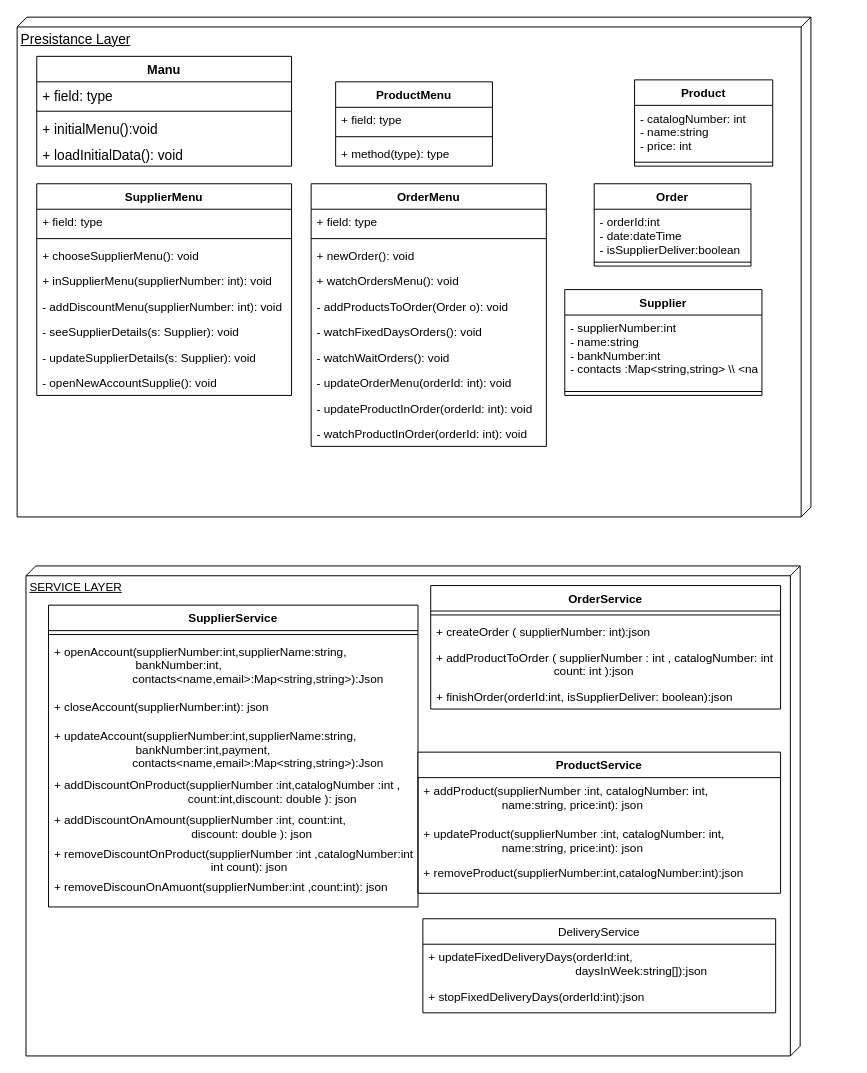
Earlier version of the draw.io diagram page "presistance-service" (2 of 4) of docs/diagram.drawio (Naveavra/Market). Source tidied: cells renumbered, new cells numbered last; positions are measured from the earlier drawing's top-left corner, leaving out a move shared by most shapes. Both pictures are drawn from the tidied source at 98%, with x=0, y=0 at pixel (17, 17).
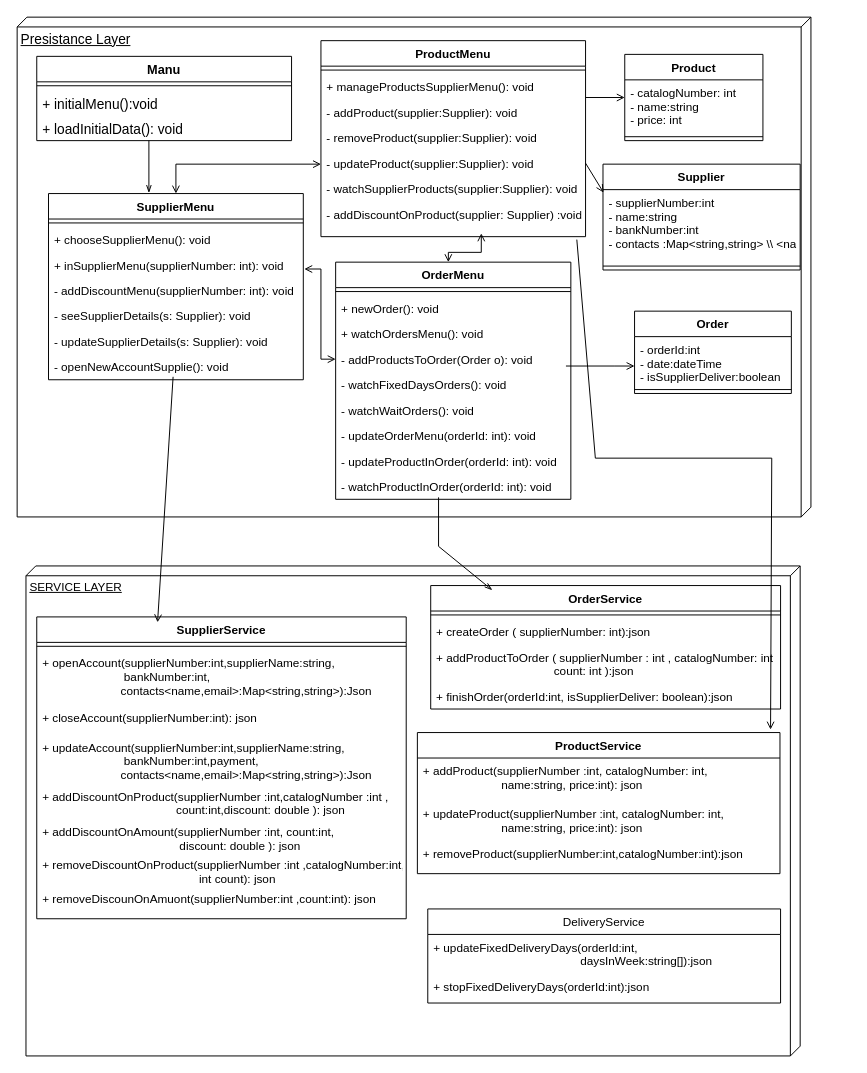
Above is the later version.

Unchanged cells that the change refers to:
```xml
<mxCell id="33" value="- supplierNumber:int&#10;- name:string&#10;- bankNumber:int&#10;- contacts :Map&lt;string,string&gt; \\ &lt;name,email&gt;" style="text;strokeColor=none;fillColor=none;align=left;verticalAlign=top;spacingLeft=4;spacingRight=4;overflow=hidden;points=[[0,0.5],[1,0.5]];portConstraint=eastwest;" parent="32" vertex="1">
  <mxGeometry y="26" width="201.2" height="74" as="geometry" />
</mxCell>
<mxCell id="55" value="OrderService" style="swimlane;fontStyle=1;align=center;verticalAlign=top;horizontal=1;startSize=26;" parent="1" vertex="1">
  <mxGeometry x="422" y="580" width="357" height="126" as="geometry" />
</mxCell>
```

What changed in the source:
```diff
@@
+    <mxCell id="63" style="edgeStyle=orthogonalEdgeStyle;rounded=0;jettySize=auto;html=1;endArrow=openThin;endFill=0;entryX=0.394;entryY=-0.003;entryDx=0;entryDy=0;entryPerimeter=0;" parent="1" edge="1" source="3" target="23">
+      <mxGeometry relative="1" as="geometry">
+        <Array as="points">
+          <mxPoint x="134" y="180" />
+          <mxPoint x="134" y="180" />
+        </Array>
+      </mxGeometry>
+    </mxCell>
     <mxCell id="3" value="Manu" style="swimlane;fontStyle=1;align=center;verticalAlign=top;horizontal=1;startSize=26;fontSize=13;" parent="1" vertex="1">
-      <mxGeometry x="20" y="40" width="260" height="112" as="geometry" />
+      <mxGeometry x="20" y="40" width="260" height="86" as="geometry" />
     </mxCell>
-    <mxCell id="4" value="+ field: type" style="text;strokeColor=none;fillColor=none;align=left;verticalAlign=top;spacingLeft=4;spacingRight=4;overflow=hidden;fontSize=14;" parent="3" vertex="1">
-      <mxGeometry y="26" width="260" height="26" as="geometry" />
-    </mxCell>
     <mxCell id="5" style="line;strokeWidth=1;fillColor=none;align=left;verticalAlign=middle;spacingTop=-1;spacingLeft=3;spacingRight=3;labelPosition=right;fontSize=14;" parent="3" vertex="1">
-      <mxGeometry y="52" width="260" height="8" as="geometry" />
+      <mxGeometry y="26" width="260" height="8" as="geometry" />
     </mxCell>
     <mxCell id="6" value="+ initialMenu():void" style="text;strokeColor=none;fillColor=none;align=left;verticalAlign=top;spacingLeft=4;spacingRight=4;overflow=hidden;fontSize=14;" parent="3" vertex="1">
-      <mxGeometry y="60" width="260" height="26" as="geometry" />
+      <mxGeometry y="34" width="260" height="26" as="geometry" />
     </mxCell>
     <mxCell id="7" value="+ loadInitialData(): void" style="text;strokeColor=none;fillColor=none;align=left;verticalAlign=top;spacingLeft=4;spacingRight=4;overflow=hidden;fontSize=14;" parent="3" vertex="1">
-      <mxGeometry y="86" width="260" height="26" as="geometry" />
+      <mxGeometry y="60" width="260" height="26" as="geometry" />
     </mxCell>
+    <mxCell id="64" style="edgeStyle=orthogonalEdgeStyle;rounded=0;jettySize=auto;html=1;endArrow=open;endFill=0;entryX=0.606;entryY=0.906;entryDx=0;entryDy=0;entryPerimeter=0;startArrow=open;startFill=0;" parent="1" edge="1" source="8" target="69">
+      <mxGeometry relative="1" as="geometry">
+        <Array as="points">
+          <mxPoint x="440" y="240" />
+          <mxPoint x="474" y="240" />
+        </Array>
+      </mxGeometry>
+    </mxCell>
     <mxCell id="8" value="OrderMenu" style="swimlane;fontStyle=1;align=center;verticalAlign=top;horizontal=1;startSize=26;" parent="1" vertex="1">
-      <mxGeometry x="300" y="170" width="240" height="268" as="geometry" />
+      <mxGeometry x="325" y="250" width="240" height="242" as="geometry" />
     </mxCell>
-    <mxCell id="9" value="+ field: type" style="text;strokeColor=none;fillColor=none;align=left;verticalAlign=top;spacingLeft=4;spacingRight=4;overflow=hidden;" parent="8" vertex="1">
-      <mxGeometry y="26" width="240" height="26" as="geometry" />
-    </mxCell>
     <mxCell id="10" style="line;strokeWidth=1;fillColor=none;align=left;verticalAlign=middle;spacingTop=-1;spacingLeft=3;spacingRight=3;labelPosition=right;" parent="8" vertex="1">
-      <mxGeometry y="52" width="240" height="8" as="geometry" />
+      <mxGeometry y="26" width="240" height="8" as="geometry" />
     </mxCell>
     <mxCell id="11" value="+ newOrder(): void" style="text;strokeColor=none;fillColor=none;align=left;verticalAlign=top;spacingLeft=4;spacingRight=4;overflow=hidden;" parent="8" vertex="1">
-      <mxGeometry y="60" width="240" height="26" as="geometry" />
+      <mxGeometry y="34" width="240" height="26" as="geometry" />
     </mxCell>
     <mxCell id="12" value="+ watchOrdersMenu(): void" style="text;strokeColor=none;fillColor=none;align=left;verticalAlign=top;spacingLeft=4;spacingRight=4;overflow=hidden;" parent="8" vertex="1">
-      <mxGeometry y="86" width="240" height="26" as="geometry" />
+      <mxGeometry y="60" width="240" height="26" as="geometry" />
     </mxCell>
     <mxCell id="13" value="- addProductsToOrder(Order o): void" style="text;strokeColor=none;fillColor=none;align=left;verticalAlign=top;spacingLeft=4;spacingRight=4;overflow=hidden;points=[[0,0.5],[1,0.5]];portConstraint=eastwest;" parent="8" vertex="1">
-      <mxGeometry y="112" width="240" height="26" as="geometry" />
+      <mxGeometry y="86" width="240" height="26" as="geometry" />
     </mxCell>
     <mxCell id="14" value="- watchFixedDaysOrders(): void" style="text;strokeColor=none;fillColor=none;align=left;verticalAlign=top;spacingLeft=4;spacingRight=4;overflow=hidden;" parent="8" vertex="1">
-      <mxGeometry y="138" width="240" height="26" as="geometry" />
+      <mxGeometry y="112" width="240" height="26" as="geometry" />
     </mxCell>
     <mxCell id="15" value="- watchWaitOrders(): void" style="text;strokeColor=none;fillColor=none;align=left;verticalAlign=top;spacingLeft=4;spacingRight=4;overflow=hidden;" parent="8" vertex="1">
-      <mxGeometry y="164" width="240" height="26" as="geometry" />
+      <mxGeometry y="138" width="240" height="26" as="geometry" />
     </mxCell>
     <mxCell id="16" value="- updateOrderMenu(orderId: int): void" style="text;strokeColor=none;fillColor=none;align=left;verticalAlign=top;spacingLeft=4;spacingRight=4;overflow=hidden;" parent="8" vertex="1">
-      <mxGeometry y="190" width="240" height="26" as="geometry" />
+      <mxGeometry y="164" width="240" height="26" as="geometry" />
     </mxCell>
     <mxCell id="17" value="- updateProductInOrder(orderId: int): void" style="text;strokeColor=none;fillColor=none;align=left;verticalAlign=top;spacingLeft=4;spacingRight=4;overflow=hidden;" parent="8" vertex="1">
-      <mxGeometry y="216" width="240" height="26" as="geometry" />
+      <mxGeometry y="190" width="240" height="26" as="geometry" />
     </mxCell>
     <mxCell id="18" value="- watchProductInOrder(orderId: int): void" style="text;strokeColor=none;fillColor=none;align=left;verticalAlign=top;spacingLeft=4;spacingRight=4;overflow=hidden;" parent="8" vertex="1">
-      <mxGeometry y="242" width="240" height="26" as="geometry" />
+      <mxGeometry y="216" width="240" height="26" as="geometry" />
     </mxCell>
     <mxCell id="19" value="ProductMenu" style="swimlane;fontStyle=1;align=center;verticalAlign=top;horizontal=1;startSize=26;" parent="1" vertex="1">
-      <mxGeometry x="325" y="66" width="160" height="86" as="geometry" />
+      <mxGeometry x="310" y="24" width="270" height="200" as="geometry" />
     </mxCell>
-    <mxCell id="20" value="+ field: type" style="text;strokeColor=none;fillColor=none;align=left;verticalAlign=top;spacingLeft=4;spacingRight=4;overflow=hidden;" parent="19" vertex="1">
-      <mxGeometry y="26" width="160" height="26" as="geometry" />
-    </mxCell>
     <mxCell id="21" style="line;strokeWidth=1;fillColor=none;align=left;verticalAlign=middle;spacingTop=-1;spacingLeft=3;spacingRight=3;labelPosition=right;" parent="19" vertex="1">
-      <mxGeometry y="52" width="160" height="8" as="geometry" />
+      <mxGeometry y="26" width="270" height="8" as="geometry" />
     </mxCell>
-    <mxCell id="22" value="+ method(type): type" style="text;strokeColor=none;fillColor=none;align=left;verticalAlign=top;spacingLeft=4;spacingRight=4;overflow=hidden;" parent="19" vertex="1">
-      <mxGeometry y="60" width="160" height="26" as="geometry" />
+    <mxCell id="22" value="+ manageProductsSupplierMenu(): void" style="text;strokeColor=none;fillColor=none;align=left;verticalAlign=top;spacingLeft=4;spacingRight=4;overflow=hidden;" parent="19" vertex="1">
+      <mxGeometry y="34" width="270" height="26" as="geometry" />
     </mxCell>
+    <mxCell id="65" value="- addProduct(supplier:Supplier): void" style="text;strokeColor=none;fillColor=none;align=left;verticalAlign=top;spacingLeft=4;spacingRight=4;overflow=hidden;" parent="19" vertex="1">
+      <mxGeometry y="60" width="270" height="26" as="geometry" />
+    </mxCell>
+    <mxCell id="66" value="- removeProduct(supplier:Supplier): void" style="text;strokeColor=none;fillColor=none;align=left;verticalAlign=top;spacingLeft=4;spacingRight=4;overflow=hidden;" parent="19" vertex="1">
+      <mxGeometry y="86" width="270" height="26" as="geometry" />
+    </mxCell>
+    <mxCell id="67" value="- updateProduct(supplier:Supplier): void" style="text;strokeColor=none;fillColor=none;align=left;verticalAlign=top;spacingLeft=4;spacingRight=4;overflow=hidden;points=[[0,0.5],[1,0.5]];portConstraint=eastwest;" parent="19" vertex="1">
+      <mxGeometry y="112" width="270" height="26" as="geometry" />
+    </mxCell>
+    <mxCell id="68" value="- watchSupplierProducts(supplier:Supplier): void" style="text;strokeColor=none;fillColor=none;align=left;verticalAlign=top;spacingLeft=4;spacingRight=4;overflow=hidden;" parent="19" vertex="1">
+      <mxGeometry y="138" width="270" height="26" as="geometry" />
+    </mxCell>
+    <mxCell id="69" value="- addDiscountOnProduct(supplier: Supplier) :void" style="text;strokeColor=none;fillColor=none;align=left;verticalAlign=top;spacingLeft=4;spacingRight=4;overflow=hidden;points=[[0,0.5],[1,0.5]];portConstraint=eastwest;" parent="19" vertex="1">
+      <mxGeometry y="164" width="270" height="36" as="geometry" />
+    </mxCell>
+    <mxCell id="70" style="edgeStyle=orthogonalEdgeStyle;rounded=0;jettySize=auto;html=1;endArrow=open;endFill=0;startArrow=open;startFill=0;" parent="1" edge="1" source="23">
+      <mxGeometry relative="1" as="geometry">
+        <mxPoint x="310" y="150" as="targetPoint" />
+        <Array as="points">
+          <mxPoint x="162" y="150" />
+        </Array>
+      </mxGeometry>
+    </mxCell>
     <mxCell id="23" value="SupplierMenu" style="swimlane;fontStyle=1;align=center;verticalAlign=top;horizontal=1;startSize=26;" parent="1" vertex="1">
-      <mxGeometry x="20" y="170" width="260" height="216" as="geometry" />
+      <mxGeometry x="32" y="180" width="260" height="190" as="geometry" />
     </mxCell>
-    <mxCell id="24" value="+ field: type" style="text;strokeColor=none;fillColor=none;align=left;verticalAlign=top;spacingLeft=4;spacingRight=4;overflow=hidden;" parent="23" vertex="1">
-      <mxGeometry y="26" width="260" height="26" as="geometry" />
-    </mxCell>
     <mxCell id="25" style="line;strokeWidth=1;fillColor=none;align=left;verticalAlign=middle;spacingTop=-1;spacingLeft=3;spacingRight=3;labelPosition=right;" parent="23" vertex="1">
-      <mxGeometry y="52" width="260" height="8" as="geometry" />
+      <mxGeometry y="26" width="260" height="8" as="geometry" />
     </mxCell>
     <mxCell id="26" value="+ chooseSupplierMenu(): void" style="text;strokeColor=none;fillColor=none;align=left;verticalAlign=top;spacingLeft=4;spacingRight=4;overflow=hidden;" parent="23" vertex="1">
-      <mxGeometry y="60" width="260" height="26" as="geometry" />
+      <mxGeometry y="34" width="260" height="26" as="geometry" />
     </mxCell>
     <mxCell id="27" value="+ inSupplierMenu(supplierNumber: int): void" style="text;strokeColor=none;fillColor=none;align=left;verticalAlign=top;spacingLeft=4;spacingRight=4;overflow=hidden;" parent="23" vertex="1">
-      <mxGeometry y="86" width="260" height="26" as="geometry" />
+      <mxGeometry y="60" width="260" height="26" as="geometry" />
     </mxCell>
     <mxCell id="28" value="- addDiscountMenu(supplierNumber: int): void" style="text;strokeColor=none;fillColor=none;align=left;verticalAlign=top;spacingLeft=4;spacingRight=4;overflow=hidden;" parent="23" vertex="1">
-      <mxGeometry y="112" width="260" height="26" as="geometry" />
+      <mxGeometry y="86" width="260" height="26" as="geometry" />
     </mxCell>
     <mxCell id="29" value="- seeSupplierDetails(s: Supplier): void" style="text;strokeColor=none;fillColor=none;align=left;verticalAlign=top;spacingLeft=4;spacingRight=4;overflow=hidden;" parent="23" vertex="1">
-      <mxGeometry y="138" width="260" height="26" as="geometry" />
+      <mxGeometry y="112" width="260" height="26" as="geometry" />
     </mxCell>
     <mxCell id="30" value="- updateSupplierDetails(s: Supplier): void" style="text;strokeColor=none;fillColor=none;align=left;verticalAlign=top;spacingLeft=4;spacingRight=4;overflow=hidden;" parent="23" vertex="1">
-      <mxGeometry y="164" width="260" height="26" as="geometry" />
+      <mxGeometry y="138" width="260" height="26" as="geometry" />
     </mxCell>
     <mxCell id="31" value="- openNewAccountSupplie(): void" style="text;strokeColor=none;fillColor=none;align=left;verticalAlign=top;spacingLeft=4;spacingRight=4;overflow=hidden;points=[[0,0.5],[1,0.5]];portConstraint=eastwest;" parent="23" vertex="1">
-      <mxGeometry y="190" width="260" height="26" as="geometry" />
+      <mxGeometry y="164" width="260" height="26" as="geometry" />
     </mxCell>
     <mxCell id="32" value="Supplier" style="swimlane;fontStyle=1;align=center;verticalAlign=top;horizontal=1;startSize=26;" parent="1" vertex="1">
-      <mxGeometry x="558.8" y="278" width="201.2" height="108" as="geometry" />
+      <mxGeometry x="597.8" y="150" width="201.2" height="108" as="geometry" />
     </mxCell>
@@
+    <mxCell id="71" style="edgeStyle=orthogonalEdgeStyle;rounded=0;jettySize=auto;html=1;endArrow=none;endFill=0;startArrow=open;startFill=0;" parent="1" edge="1" source="35">
+      <mxGeometry relative="1" as="geometry">
+        <mxPoint x="580" y="82" as="targetPoint" />
+        <Array as="points">
+          <mxPoint x="580" y="82" />
+        </Array>
+      </mxGeometry>
+    </mxCell>
     <mxCell id="35" value="Product" style="swimlane;fontStyle=1;align=center;verticalAlign=top;horizontal=1;startSize=26;" parent="1" vertex="1">
-      <mxGeometry x="630" y="64" width="141" height="88" as="geometry" />
+      <mxGeometry x="620" y="38" width="141" height="88" as="geometry" />
     </mxCell>
@@
+    <mxCell id="72" style="edgeStyle=orthogonalEdgeStyle;rounded=0;jettySize=auto;html=1;endArrow=none;endFill=0;startArrow=open;startFill=0;" parent="1" edge="1" source="38">
+      <mxGeometry relative="1" as="geometry">
+        <mxPoint x="560" y="356" as="targetPoint" />
+        <Array as="points">
+          <mxPoint x="610" y="356" />
+          <mxPoint x="610" y="356" />
+        </Array>
+      </mxGeometry>
+    </mxCell>
     <mxCell id="38" value="Order" style="swimlane;fontStyle=1;align=center;verticalAlign=top;horizontal=1;startSize=26;" parent="1" vertex="1">
-      <mxGeometry x="588.8" y="170" width="160" height="84" as="geometry" />
+      <mxGeometry x="630" y="300" width="160" height="84" as="geometry" />
     </mxCell>
@@
     <mxCell id="42" value="SupplierService" style="swimlane;fontStyle=1;align=center;verticalAlign=top;horizontal=1;startSize=26;" parent="1" vertex="1">
-      <mxGeometry x="32" y="600" width="377" height="308" as="geometry" />
+      <mxGeometry x="20" y="612" width="377" height="308" as="geometry" />
     </mxCell>
@@
     <mxCell id="51" value="ProductService" style="swimlane;fontStyle=1;align=center;verticalAlign=top;horizontal=1;startSize=26;" parent="1" vertex="1">
-      <mxGeometry x="409" y="750" width="370" height="144" as="geometry" />
+      <mxGeometry x="408.4" y="730" width="370" height="144" as="geometry" />
     </mxCell>
@@
     <mxCell id="60" value="DeliveryService" style="swimlane;fontStyle=0;horizontal=1;startSize=26;fillColor=none;" parent="1" vertex="1">
-      <mxGeometry x="414" y="920" width="360" height="96" as="geometry" />
+      <mxGeometry x="419" y="910" width="360" height="96" as="geometry" />
     </mxCell>
@@
+    <mxCell id="73" style="endArrow=open;html=1;rounded=0;entryX=0.327;entryY=0.018;entryDx=0;entryDy=0;entryPerimeter=0;exitX=0.489;exitY=0.885;exitDx=0;exitDy=0;exitPerimeter=0;endFill=0;" parent="1" edge="1" source="31" target="42">
+      <mxGeometry relative="1" as="geometry" />
+    </mxCell>
+    <mxCell id="74" style="endArrow=open;html=1;rounded=0;entryX=0.003;entryY=0.041;entryDx=0;entryDy=0;entryPerimeter=0;endFill=0;exitX=1;exitY=0.5;exitDx=0;exitDy=0;" parent="1" edge="1" source="67" target="33">
+      <mxGeometry relative="1" as="geometry" />
+    </mxCell>
+    <mxCell id="75" style="edgeStyle=orthogonalEdgeStyle;rounded=0;jettySize=auto;html=1;endArrow=open;endFill=0;entryX=0;entryY=0.5;entryDx=0;entryDy=0;startArrow=open;startFill=0;" parent="1" edge="1" target="13">
+      <mxGeometry relative="1" as="geometry">
+        <mxPoint x="293" y="257" as="sourcePoint" />
+        <Array as="points">
+          <mxPoint x="310" y="257" />
+          <mxPoint x="310" y="349" />
+        </Array>
+      </mxGeometry>
+    </mxCell>
+    <mxCell id="76" style="endArrow=openThin;html=1;rounded=0;entryX=0.176;entryY=0.037;entryDx=0;entryDy=0;entryPerimeter=0;endFill=0;" parent="1" edge="1" target="55">
+      <mxGeometry relative="1" as="geometry">
+        <mxPoint x="430" y="490" as="sourcePoint" />
+        <Array as="points">
+          <mxPoint x="430" y="540" />
+        </Array>
+      </mxGeometry>
+    </mxCell>
+    <mxCell id="77" style="endArrow=open;html=1;rounded=0;exitX=0.967;exitY=1.083;exitDx=0;exitDy=0;exitPerimeter=0;entryX=0.974;entryY=-0.021;entryDx=0;entryDy=0;entryPerimeter=0;endFill=0;" parent="1" edge="1" source="69" target="51">
+      <mxGeometry relative="1" as="geometry">
+        <Array as="points">
+          <mxPoint x="590" y="450" />
+          <mxPoint x="770" y="450" />
+        </Array>
+      </mxGeometry>
+    </mxCell>
```
